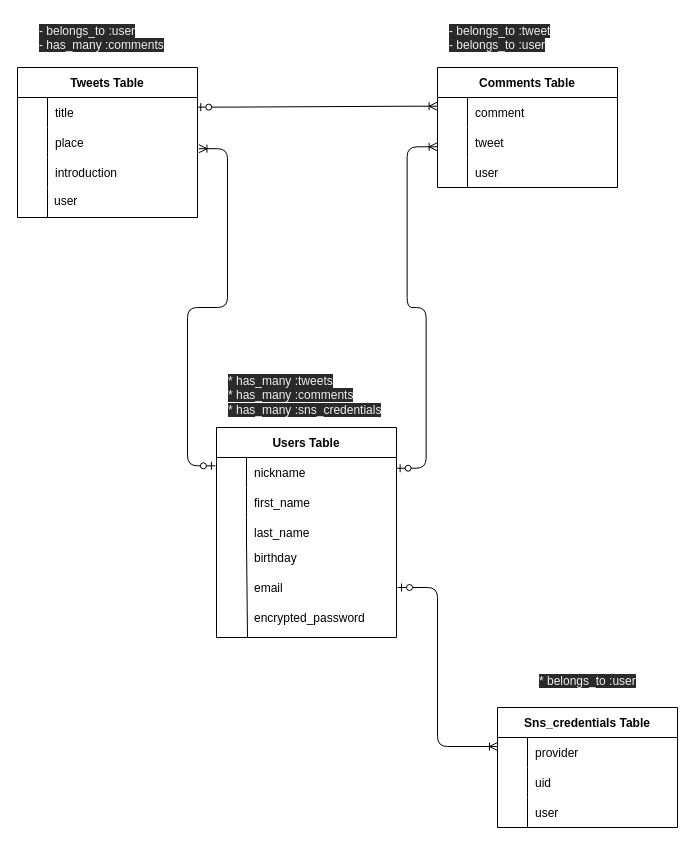
Above: test.dio in Hiro0608/tag-trip-38192 (draw.io), before the change. Source tidied: cells renumbered, new cells numbered last; positions are measured from the earlier drawing's top-left corner, leaving out a move shared by most shapes. Both pictures are drawn from the tidied source at 100%, with x=0, y=0 at pixel (17, 17).
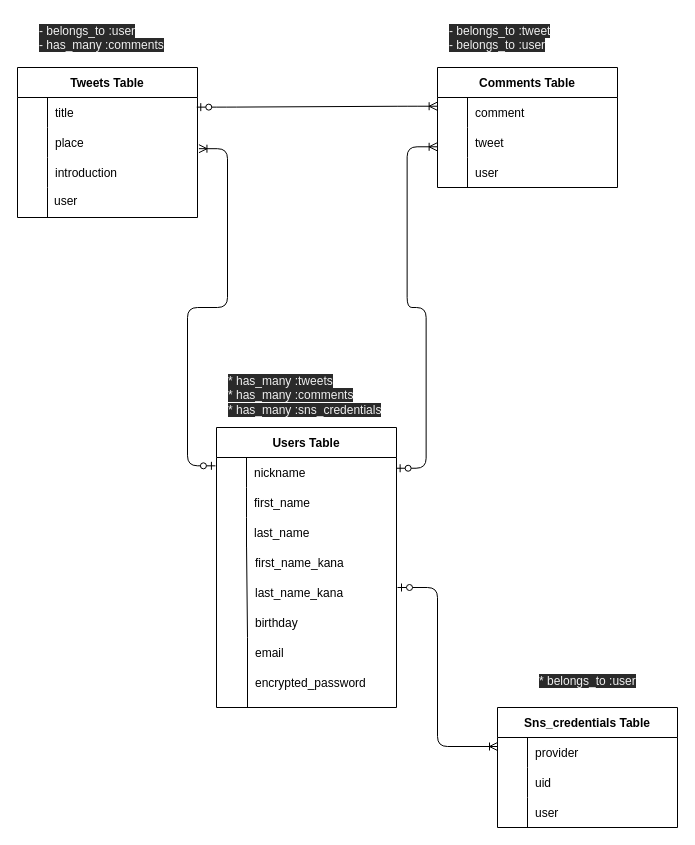
The same page after the edit.

Diff of the diagram source:
```diff
@@
     <mxCell id="19" value="Users Table" style="shape=table;startSize=30;childLayout=tableLayout;rowLines=0;fontStyle=1;align=center;" parent="1" vertex="1">
-      <mxGeometry x="199" y="410" width="180" height="210" as="geometry" />
+      <mxGeometry x="199" y="410" width="180" height="280" as="geometry" />
     </mxCell>
@@
     <mxCell id="31" value="birthday" style="shape=partialRectangle;fillColor=none;top=0;left=0;bottom=0;right=0;align=left;spacingLeft=6;overflow=hidden;" parent="1" vertex="1">
-      <mxGeometry x="229" y="525" width="150" height="30" as="geometry" />
+      <mxGeometry x="230" y="590" width="150" height="30" as="geometry" />
     </mxCell>
     <mxCell id="32" value="email" style="shape=partialRectangle;fillColor=none;top=0;left=0;bottom=0;right=0;align=left;spacingLeft=6;overflow=hidden;" parent="1" vertex="1">
-      <mxGeometry x="229" y="555" width="150" height="30" as="geometry" />
+      <mxGeometry x="230" y="620" width="150" height="30" as="geometry" />
     </mxCell>
     <mxCell id="33" value="encrypted_password" style="shape=partialRectangle;fillColor=none;top=0;left=0;bottom=0;right=0;align=left;spacingLeft=6;overflow=hidden;" parent="1" vertex="1">
-      <mxGeometry x="229" y="585" width="150" height="30" as="geometry" />
+      <mxGeometry x="230" y="650" width="150" height="30" as="geometry" />
     </mxCell>
@@
+    <mxCell id="55" value="first_name_kana" style="shape=partialRectangle;fillColor=none;top=0;left=0;bottom=0;right=0;align=left;spacingLeft=6;overflow=hidden;" parent="1" vertex="1">
+      <mxGeometry x="230" y="530" width="150" height="30" as="geometry" />
+    </mxCell>
+    <mxCell id="56" value="last_name_kana" style="shape=partialRectangle;fillColor=none;top=0;left=0;bottom=0;right=0;align=left;spacingLeft=6;overflow=hidden;" parent="1" vertex="1">
+      <mxGeometry x="230" y="560" width="150" height="30" as="geometry" />
+    </mxCell>
+    <mxCell id="57" style="endArrow=none;html=1;rounded=0;" parent="1" edge="1">
+      <mxGeometry relative="1" as="geometry">
+        <mxPoint x="230" y="620" as="sourcePoint" />
+        <mxPoint x="230" y="690" as="targetPoint" />
+      </mxGeometry>
+    </mxCell>
```
